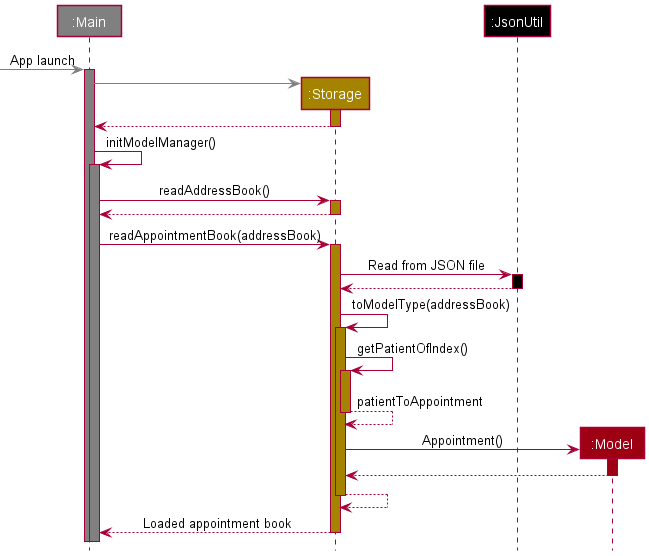
Before: docs/images/LoadAppointmentSequenceDiagram.png, a diagram exported from PlantUML (AY2122S1-CS2103-W14-1/tp). The source it was exported from:
```plantuml
@startuml
!include style.puml

Participant ":Main" as main #grey
Participant ":Storage" as storage STORAGE_COLOR
Participant ":JsonUtil" as jsonutil USER_COLOR
Participant ":Model" as model MODEL_COLOR

[-[#grey]> main: App launch
activate main #grey
create storage
main -[#grey]> storage :
activate storage STORAGE_COLOR
storage --> main :
deactivate storage

main -> main : initModelManager()
activate main #grey

main -> storage : readAddressBook()
activate storage STORAGE_COLOR
storage --> main
deactivate storage STORAGE_COLOR

main -> storage : readAppointmentBook(addressBook)
activate storage STORAGE_COLOR
storage -> jsonutil : Read from JSON file
activate jsonutil USER_COLOR
jsonutil --> storage
deactivate jsonutil

storage -> storage : toModelType(addressBook)
activate storage STORAGE_COLOR

storage -> storage : getPatientOfIndex()
activate storage STORAGE_COLOR

storage --> storage : patientToAppointment
deactivate storage

create model
storage -> model : Appointment()
activate model MODEL_COLOR
model --> storage
deactivate model
storage --> storage
deactivate storage
storage --> main : Loaded appointment book
deactivate storage
@enduml
```
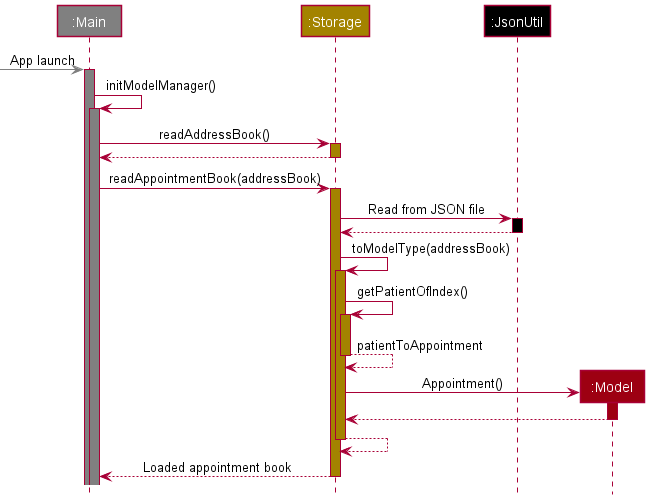
The same diagram one commit later.

Commit message:
Modify appointment developer guide

Change to the diagram source:
```diff
@@ -8,11 +8,6 @@
 
 [-[#grey]> main: App launch
 activate main #grey
-create storage
-main -[#grey]> storage :
-activate storage STORAGE_COLOR
-storage --> main :
-deactivate storage
 
 main -> main : initModelManager()
 activate main #grey
```
